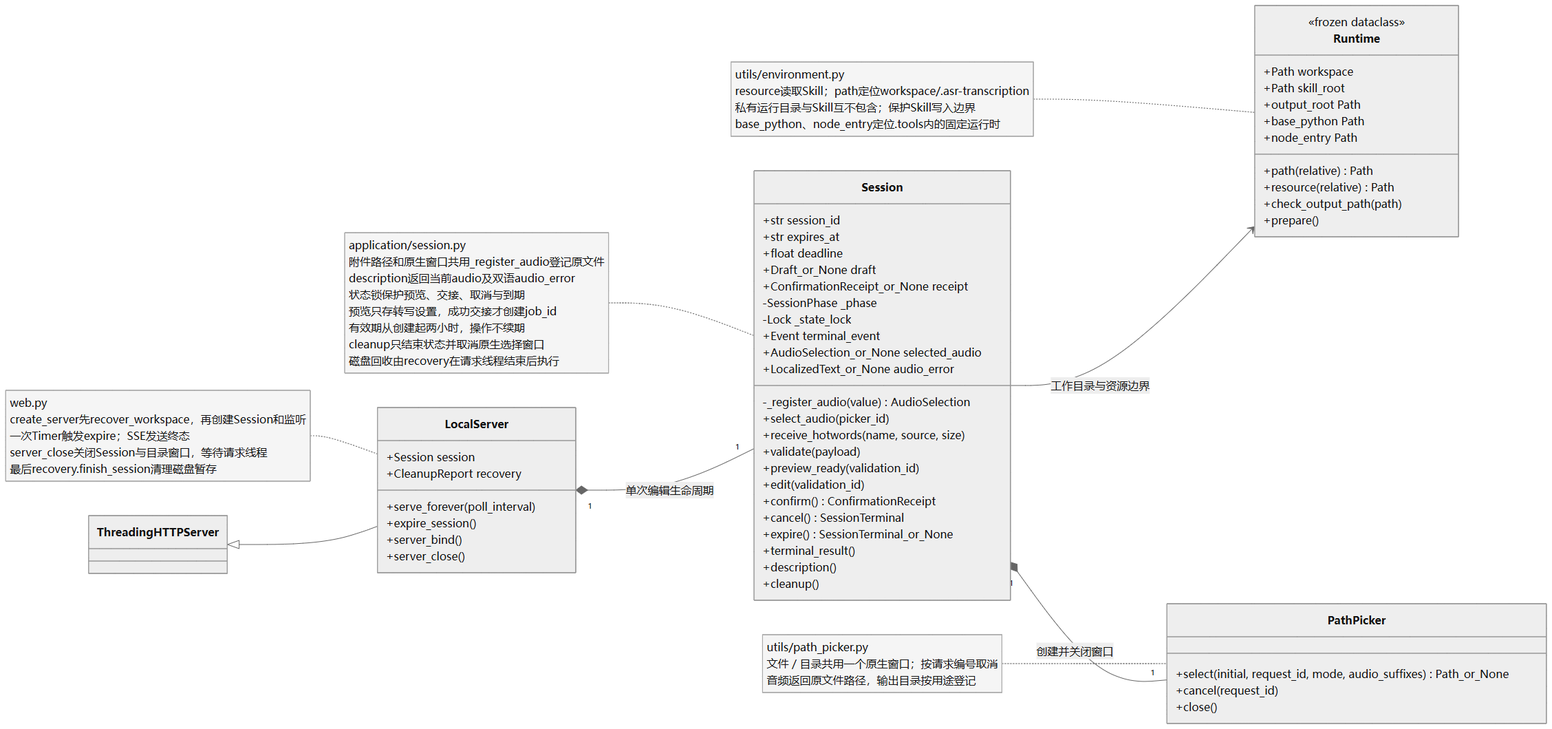
hx101700/memoflow keeps this Mermaid diagram as doc/uml/01-classes.png. Above is the earlier version. Its source is kept beside it as doc/uml/01-classes.mmd.
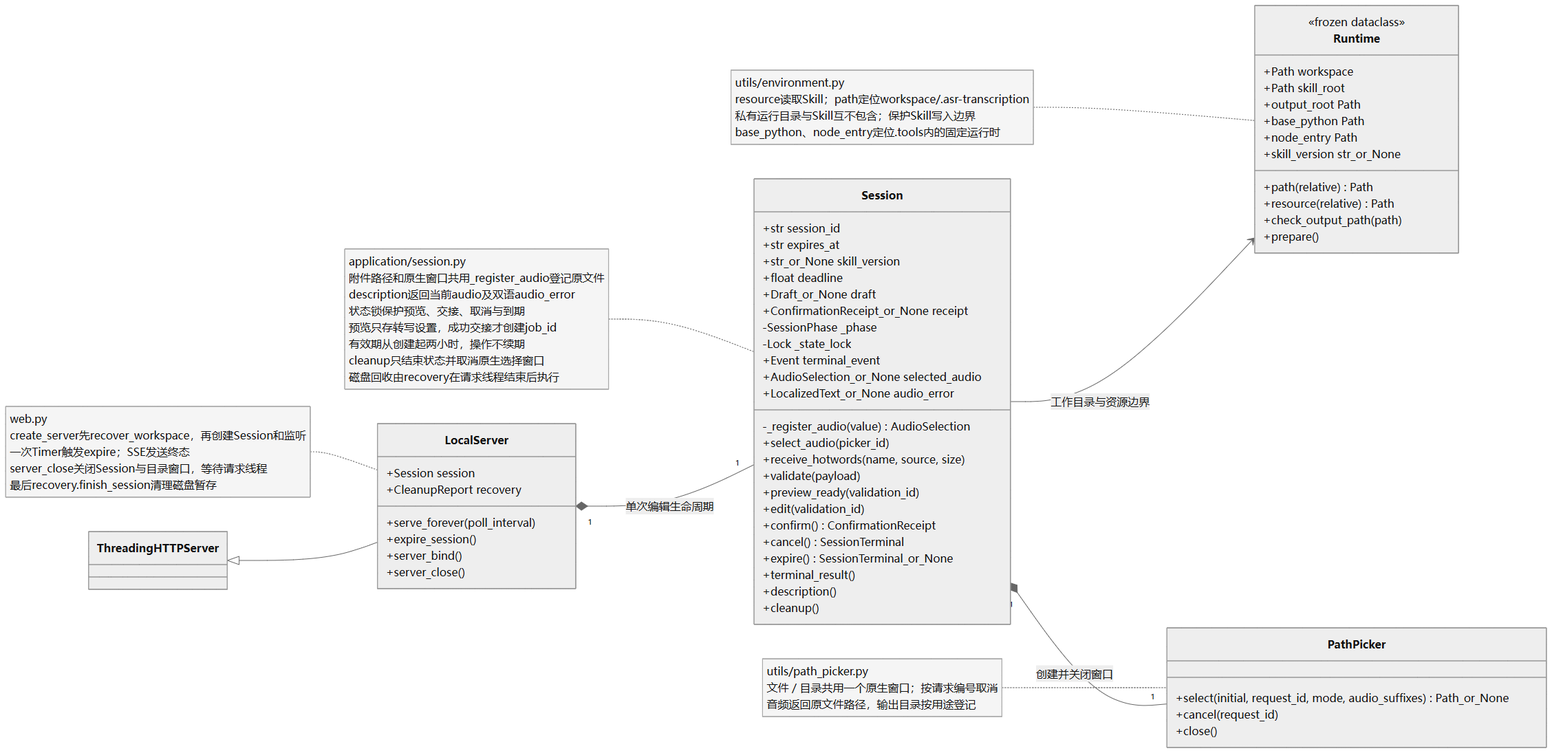
Above is the later version.

What changed in the source:
```diff
@@ -9,12 +9,14 @@
   +output_root Path
   +base_python Path
   +node_entry Path
+  +skill_version str_or_None
   +check_output_path(path)
   +prepare()
 }
 class Session {
   +str session_id
   +str expires_at
+  +str_or_None skill_version
   +float deadline
   +Draft_or_None draft
   +ConfirmationReceipt_or_None receipt
```
